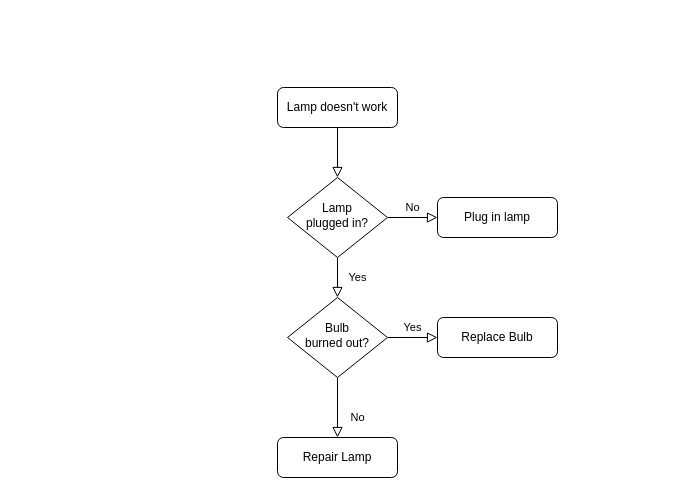
pnlpcarolina/pnlpcarolina keeps this draw.io diagram as Untitled Diagram.drawio. Above is the earlier version. Source tidied: cells renumbered, new cells numbered last; positions are measured from the earlier drawing's top-left corner, leaving out a move shared by most shapes. Both pictures are drawn from the tidied source at 100%, with x=0, y=0 at pixel (277, 87).
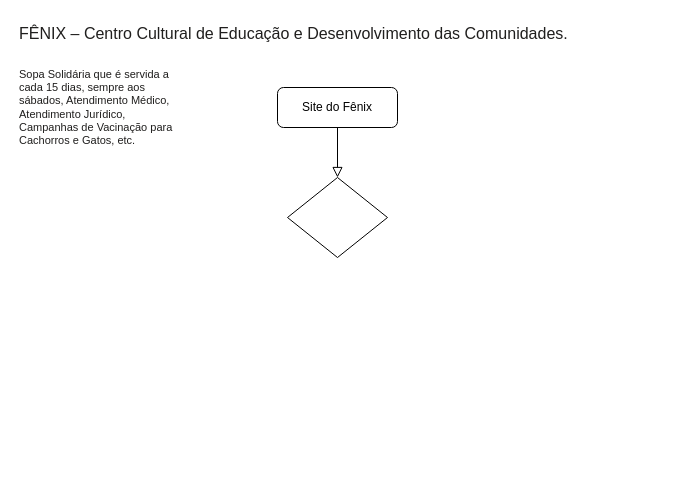
After the change.

Commit message:
update diagrama-fenix

Change to the diagram source:
```diff
@@
 <mxGraphModel>
   <root>
     <mxCell id="0" />
     <mxCell id="1" parent="0" />
     <mxCell id="2" style="rounded=0;html=1;jettySize=auto;fontSize=11;endArrow=block;endFill=0;endSize=8;strokeWidth=1;shadow=0;labelBackgroundColor=none;edgeStyle=orthogonalEdgeStyle;" parent="1" edge="1" source="3" target="6">
       <mxGeometry relative="1" as="geometry" />
     </mxCell>
-    <mxCell id="3" value="Lamp doesn't work" style="rounded=1;whiteSpace=wrap;html=1;fontSize=12;glass=0;strokeWidth=1;shadow=0;" parent="1" vertex="1">
+    <mxCell id="3" value="Site do Fênix" style="rounded=1;whiteSpace=wrap;html=1;fontSize=12;glass=0;strokeWidth=1;shadow=0;" parent="1" vertex="1">
       <mxGeometry width="120" height="40" as="geometry" />
     </mxCell>
-    <mxCell id="4" value="Yes" style="rounded=0;html=1;jettySize=auto;fontSize=11;endArrow=block;endFill=0;endSize=8;strokeWidth=1;shadow=0;labelBackgroundColor=none;edgeStyle=orthogonalEdgeStyle;" parent="1" edge="1" source="6" target="10">
-      <mxGeometry y="20" relative="1" as="geometry" />
-    </mxCell>
-    <mxCell id="5" value="No" style="edgeStyle=orthogonalEdgeStyle;rounded=0;html=1;jettySize=auto;fontSize=11;endArrow=block;endFill=0;endSize=8;strokeWidth=1;shadow=0;labelBackgroundColor=none;" parent="1" edge="1" source="6" target="7">
-      <mxGeometry y="10" relative="1" as="geometry" />
-    </mxCell>
-    <mxCell id="6" value="Lamp&lt;br&gt;plugged in?" style="rhombus;whiteSpace=wrap;html=1;shadow=0;fontFamily=Helvetica;fontSize=12;align=center;strokeWidth=1;spacing=6;spacingTop=-4;" parent="1" vertex="1">
+    <mxCell id="6" style="rhombus;whiteSpace=wrap;html=1;shadow=0;fontFamily=Helvetica;fontSize=12;align=center;strokeWidth=1;spacing=6;spacingTop=-4;" parent="1" vertex="1">
       <mxGeometry x="10" y="90" width="100" height="80" as="geometry" />
     </mxCell>
-    <mxCell id="7" value="Plug in lamp" style="rounded=1;whiteSpace=wrap;html=1;fontSize=12;glass=0;strokeWidth=1;shadow=0;" parent="1" vertex="1">
-      <mxGeometry x="160" y="110" width="120" height="40" as="geometry" />
-    </mxCell>
-    <mxCell id="8" value="No" style="rounded=0;html=1;jettySize=auto;fontSize=11;endArrow=block;endFill=0;endSize=8;strokeWidth=1;shadow=0;labelBackgroundColor=none;edgeStyle=orthogonalEdgeStyle;" parent="1" edge="1" source="10" target="11">
-      <mxGeometry x="0.33" y="20" relative="1" as="geometry" />
-    </mxCell>
-    <mxCell id="9" value="Yes" style="edgeStyle=orthogonalEdgeStyle;rounded=0;html=1;jettySize=auto;fontSize=11;endArrow=block;endFill=0;endSize=8;strokeWidth=1;shadow=0;labelBackgroundColor=none;" parent="1" edge="1" source="10" target="12">
-      <mxGeometry y="10" relative="1" as="geometry" />
-    </mxCell>
-    <mxCell id="10" value="Bulb&lt;br&gt;burned out?" style="rhombus;whiteSpace=wrap;html=1;shadow=0;fontFamily=Helvetica;fontSize=12;align=center;strokeWidth=1;spacing=6;spacingTop=-4;" parent="1" vertex="1">
-      <mxGeometry x="10" y="210" width="100" height="80" as="geometry" />
-    </mxCell>
-    <mxCell id="11" value="Repair Lamp" style="rounded=1;whiteSpace=wrap;html=1;fontSize=12;glass=0;strokeWidth=1;shadow=0;" parent="1" vertex="1">
-      <mxGeometry y="350" width="120" height="40" as="geometry" />
-    </mxCell>
-    <mxCell id="12" value="Replace Bulb" style="rounded=1;whiteSpace=wrap;html=1;fontSize=12;glass=0;strokeWidth=1;shadow=0;" parent="1" vertex="1">
-      <mxGeometry x="160" y="230" width="120" height="40" as="geometry" />
-    </mxCell>
+    <mxCell id="13" value="&lt;span style=&quot;color: rgb(32 , 31 , 30) ; font-family: &amp;#34;arial&amp;#34; , sans-serif ; font-size: 16px ; font-style: normal ; font-weight: 400 ; letter-spacing: normal ; text-align: justify ; text-indent: 0px ; text-transform: none ; word-spacing: 0px ; background-color: rgb(255 , 255 , 255) ; display: inline ; float: none&quot;&gt;FÊNIX – Centro Cultural de Educação e Desenvolvimento das Comunidades.&lt;/span&gt;" style="text;whiteSpace=wrap;html=1;fontSize=11;" parent="1" vertex="1">
+      <mxGeometry x="-260" y="-70" width="650" height="50" as="geometry" />
+    </mxCell>
+    <mxCell id="14" value="&lt;span style=&quot;color: rgb(32, 31, 30); font-family: arial, sans-serif; font-size: 11px; background-color: rgb(255, 255, 255);&quot;&gt;Sopa Solidária que é servida a cada 15 dias, sempre aos sábados, Atendimento Médico, Atendimento Jurídico, Campanhas de Vacinação para Cachorros e Gatos, etc.&lt;/span&gt;" style="text;html=1;strokeColor=none;fillColor=none;align=left;verticalAlign=middle;whiteSpace=wrap;rounded=0;fontSize=11;" parent="1" vertex="1">
+      <mxGeometry x="-260" y="-30" width="170" height="100" as="geometry" />
+    </mxCell>
   </root>
 </mxGraphModel>
```
